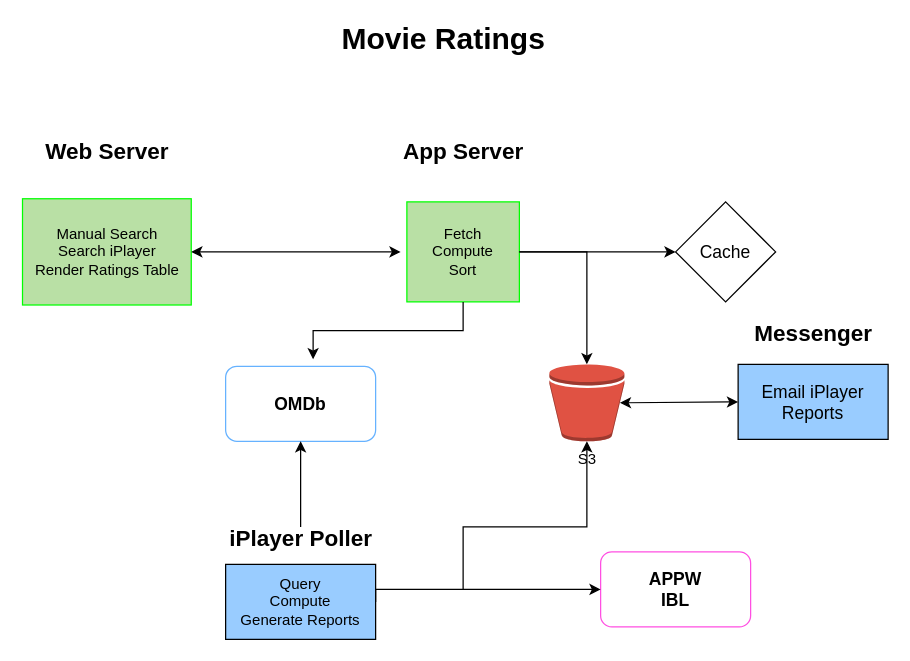
This is movie.drawio from jbhovell/movie-ratings, a draw.io file, before an edit. Source tidied: cells renumbered, new cells numbered last; positions are measured from the earlier drawing's top-left corner, leaving out a move shared by most shapes. Both pictures are drawn from the tidied source at 125%, with x=0, y=0 at pixel (22, 26).
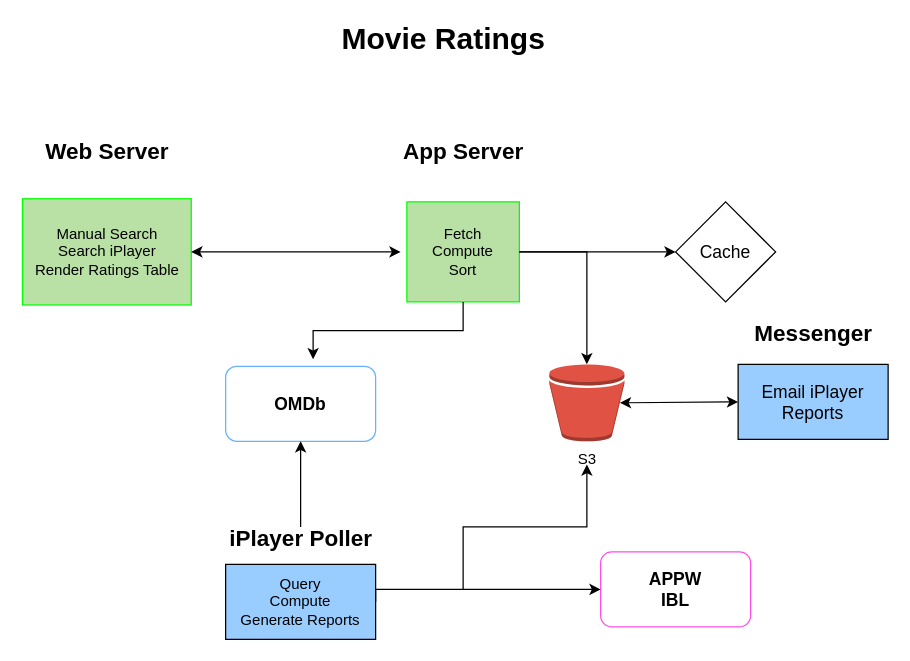
The same diagram, later.

Unchanged cells that the change refers to:
```xml
<mxCell id="7" value="S3" style="outlineConnect=0;dashed=0;verticalLabelPosition=bottom;verticalAlign=top;align=center;html=1;shape=mxgraph.aws3.bucket;fillColor=#E05243;gradientColor=none;" parent="1" vertex="1">
  <mxGeometry x="421" y="270" width="60" height="61.5" as="geometry" />
</mxCell>
```

What changed in the source:
```diff
@@
-    <mxCell id="14" style="edgeStyle=orthogonalEdgeStyle;rounded=0;jettySize=auto;html=1;entryX=0.5;entryY=1;entryDx=0;entryDy=0;entryPerimeter=0;" parent="1" edge="1" target="7">
+    <mxCell id="14" style="edgeStyle=orthogonalEdgeStyle;rounded=0;orthogonalLoop=1;jettySize=auto;html=1;" parent="1" edge="1">
       <mxGeometry relative="1" as="geometry">
         <mxPoint x="352" y="450" as="sourcePoint" />
+        <mxPoint x="451" y="350" as="targetPoint" />
         <Array as="points">
           <mxPoint x="352" y="400" />
           <mxPoint x="451" y="400" />
         </Array>
       </mxGeometry>
     </mxCell>
```
